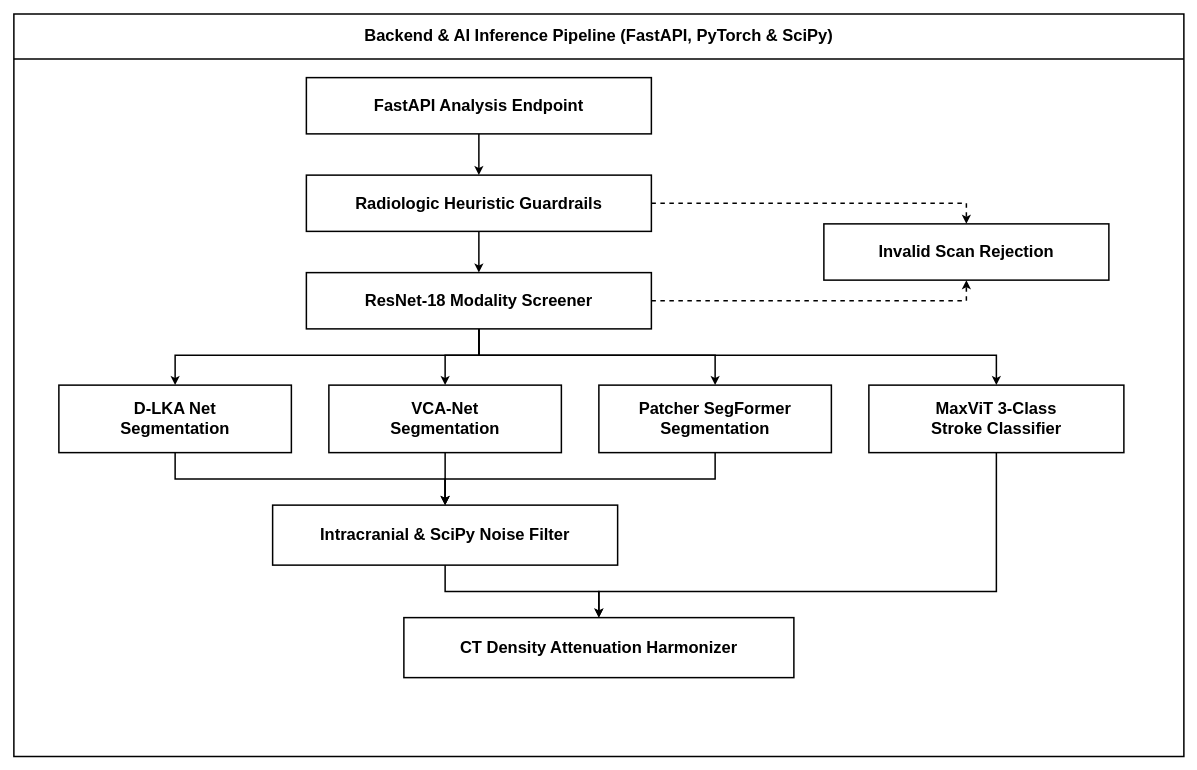
Earlier version of the draw.io diagram 02-backend-ai-inference-pipeline.drawio (Cell1991/nu-stroke-scan). Source tidied: cells renumbered, new cells numbered last; positions are measured from the earlier drawing's top-left corner, leaving out a move shared by most shapes. Both pictures are drawn from the tidied source at 75%, with x=0, y=0 at pixel (14, 14).
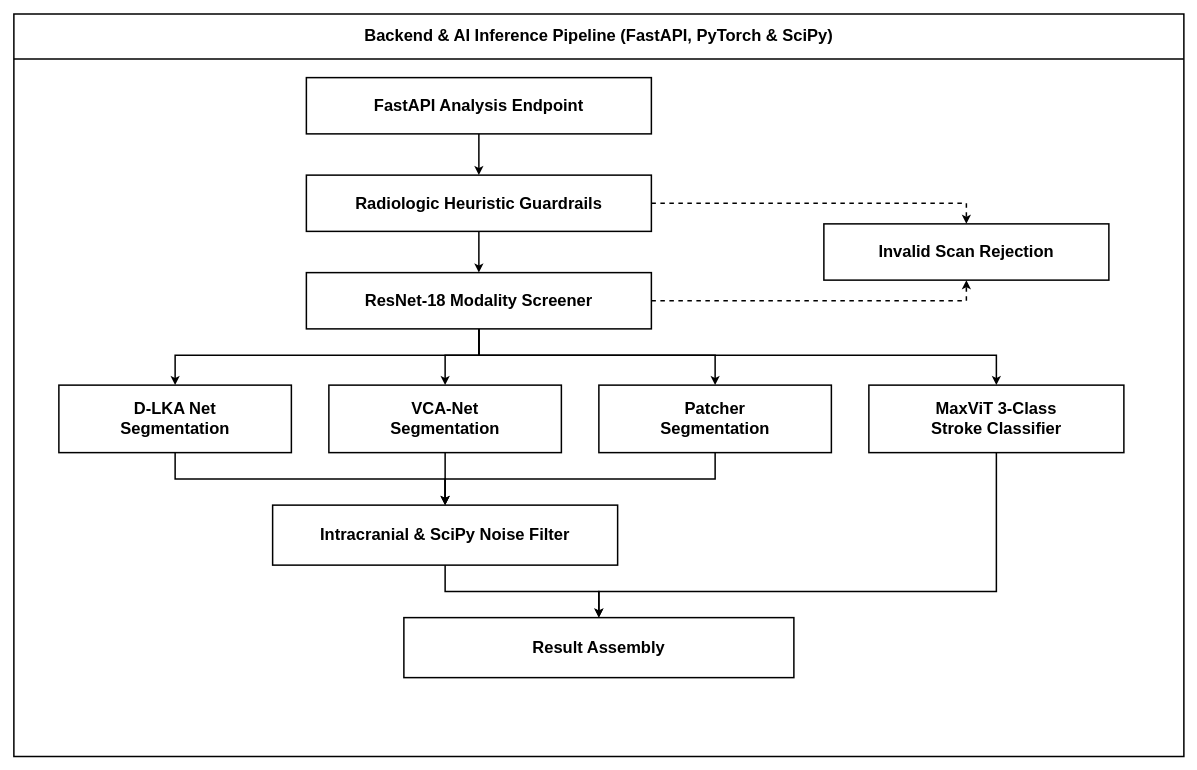
Above is the later version.

The edit, as a diff of the source:
```diff
@@
-    <mxCell id="9" value="Patcher SegFormer&#10;Segmentation" style="rounded=0;whiteSpace=wrap;html=1;fillColor=#FFFFFF;strokeColor=#000000;strokeWidth=2;fontColor=#000000;fontFamily=Arial,Helvetica,sans-serif;fontStyle=1;fontSize=22;" parent="1" vertex="1">
+    <mxCell id="9" value="Patcher&#10;Segmentation" style="rounded=0;whiteSpace=wrap;html=1;fillColor=#FFFFFF;strokeColor=#000000;strokeWidth=2;fontColor=#000000;fontFamily=Arial,Helvetica,sans-serif;fontStyle=1;fontSize=22;" parent="1" vertex="1">
       <mxGeometry x="780" y="495" width="310" height="90" as="geometry" />
     </mxCell>
@@
-    <mxCell id="12" value="CT Density Attenuation Harmonizer" style="rounded=0;whiteSpace=wrap;html=1;fillColor=#FFFFFF;strokeColor=#000000;strokeWidth=2;fontColor=#000000;fontFamily=Arial,Helvetica,sans-serif;fontStyle=1;fontSize=22;" parent="1" vertex="1">
+    <mxCell id="12" value="Result Assembly" style="rounded=0;whiteSpace=wrap;html=1;fillColor=#FFFFFF;strokeColor=#000000;strokeWidth=2;fontColor=#000000;fontFamily=Arial,Helvetica,sans-serif;fontStyle=1;fontSize=22;" parent="1" vertex="1">
       <mxGeometry x="520" y="805" width="520" height="80" as="geometry" />
     </mxCell>
```
